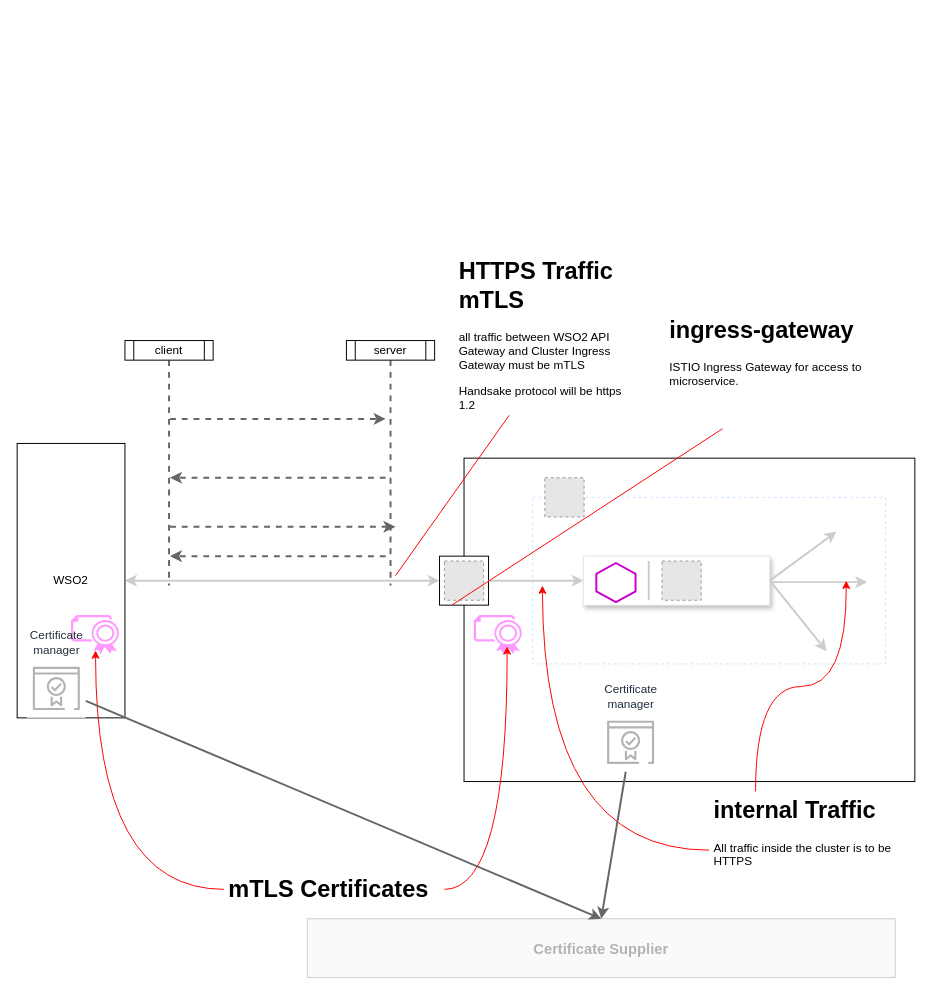
Before: mtls-gatewaytocluster.drawio in ourjamie/diagraming, a draw.io diagram. Source tidied: cells renumbered, new cells numbered last; positions are measured from the earlier drawing's top-left corner, leaving out a move shared by most shapes. Both pictures are drawn from the tidied source at 98%, with x=0, y=0 at pixel (17, 252). Pictures stored in the file or linked from it are replaced by grey dashed boxes.
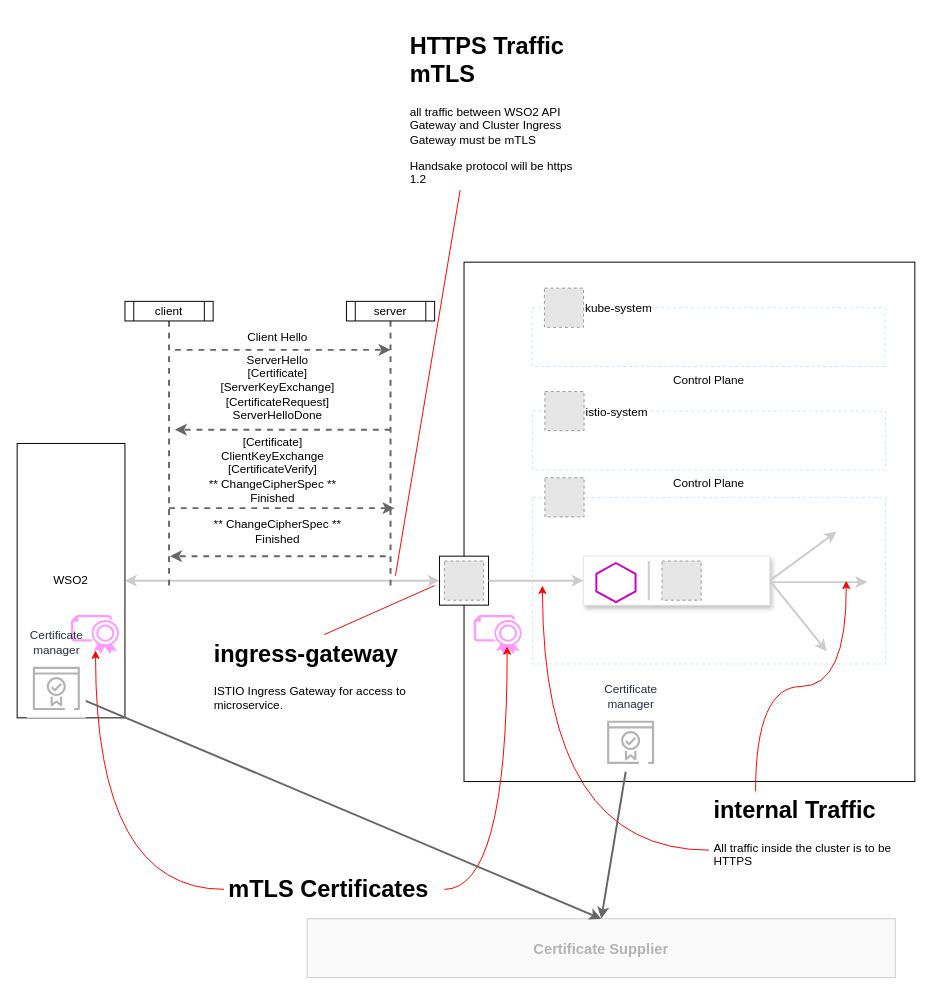
After the change.

Unchanged cells that the change refers to:
```xml
<mxCell id="6" style="whiteSpace=wrap;html=1;" parent="1" vertex="1">
  <mxGeometry x="431" y="310" width="50" height="50" as="geometry" />
</mxCell>
```

Change to the diagram source:
```diff
@@
     <mxCell id="4" style="rounded=0;whiteSpace=wrap;html=1;" parent="1" vertex="1">
-      <mxGeometry x="456" y="210" width="460" height="330" as="geometry" />
+      <mxGeometry x="456" y="10" width="460" height="530" as="geometry" />
     </mxCell>
@@
     <mxCell id="8" value="&lt;h1&gt;ingress-gateway&lt;/h1&gt;&lt;p&gt;ISTIO Ingress Gateway for access to microservice.&lt;/p&gt;" style="text;html=1;strokeColor=none;fillColor=none;spacing=5;spacingTop=-20;whiteSpace=wrap;overflow=hidden;rounded=0;" parent="1" vertex="1">
-      <mxGeometry x="661" y="60" width="235" height="120" as="geometry" />
+      <mxGeometry x="196" y="390" width="235" height="120" as="geometry" />
     </mxCell>
@@
-    <mxCell id="17" style="endArrow=none;html=1;strokeColor=#FF0000;strokeWidth=1;entryX=0.25;entryY=1;entryDx=0;entryDy=0;exitX=0.25;exitY=1;exitDx=0;exitDy=0;" parent="1" edge="1" source="8" target="6">
-      <mxGeometry relative="1" as="geometry" />
+    <mxCell id="17" style="endArrow=none;html=1;strokeColor=#FF0000;strokeWidth=1;exitX=0.5;exitY=0;exitDx=0;exitDy=0;" parent="1" edge="1" source="8">
+      <mxGeometry relative="1" as="geometry">
+        <mxPoint x="426" y="340" as="targetPoint" />
+      </mxGeometry>
     </mxCell>
     <mxCell id="18" value="&lt;h1&gt;HTTPS Traffic mTLS&lt;/h1&gt;&lt;p&gt;all traffic between WSO2 API Gateway and Cluster Ingress Gateway must be mTLS&lt;/p&gt;&lt;p&gt;Handsake protocol will be https 1.2&lt;/p&gt;" style="text;html=1;strokeColor=none;fillColor=none;spacing=5;spacingTop=-20;whiteSpace=wrap;overflow=hidden;rounded=0;shadow=0;" parent="1" vertex="1">
-      <mxGeometry x="446" width="190" height="165" as="geometry" />
+      <mxGeometry x="396" y="-230" width="190" height="165" as="geometry" />
     </mxCell>
@@
     <mxCell id="36" value="client" style="shape=process;whiteSpace=wrap;html=1;backgroundOutline=1;shadow=0;strokeWidth=1;" parent="1" vertex="1">
-      <mxGeometry x="110" y="90" width="90" height="20" as="geometry" />
+      <mxGeometry x="110" y="50" width="90" height="20" as="geometry" />
     </mxCell>
@@
     <mxCell id="38" value="server" style="shape=process;whiteSpace=wrap;html=1;backgroundOutline=1;shadow=0;strokeWidth=1;" parent="1" vertex="1">
-      <mxGeometry x="336" y="90" width="90" height="20" as="geometry" />
+      <mxGeometry x="336" y="50" width="90" height="20" as="geometry" />
     </mxCell>
     <mxCell id="39" style="endArrow=classic;html=1;dashed=1;strokeColor=#666666;strokeWidth=2;" parent="1" edge="1">
       <mxGeometry relative="1" as="geometry">
-        <mxPoint x="156" y="170" as="sourcePoint" />
-        <mxPoint x="376" y="170" as="targetPoint" />
+        <mxPoint x="161" y="99.5" as="sourcePoint" />
+        <mxPoint x="381" y="99.5" as="targetPoint" />
       </mxGeometry>
     </mxCell>
     <mxCell id="40" style="endArrow=classic;html=1;dashed=1;strokeColor=#666666;strokeWidth=2;" parent="1" edge="1">
       <mxGeometry relative="1" as="geometry">
-        <mxPoint x="376" y="230" as="sourcePoint" />
-        <mxPoint x="156" y="230" as="targetPoint" />
+        <mxPoint x="381" y="181" as="sourcePoint" />
+        <mxPoint x="161" y="181" as="targetPoint" />
       </mxGeometry>
     </mxCell>
     <mxCell id="41" style="endArrow=classic;html=1;dashed=1;strokeColor=#666666;strokeWidth=2;" parent="1" edge="1">
       <mxGeometry relative="1" as="geometry">
-        <mxPoint x="156" y="280" as="sourcePoint" />
-        <mxPoint x="386" y="280" as="targetPoint" />
+        <mxPoint x="155" y="261" as="sourcePoint" />
+        <mxPoint x="385" y="261" as="targetPoint" />
       </mxGeometry>
     </mxCell>
@@
+    <mxCell id="43" value="Client Hello" style="text;html=1;strokeColor=none;fillColor=none;align=center;verticalAlign=middle;whiteSpace=wrap;rounded=0;shadow=0;" parent="1" vertex="1">
+      <mxGeometry x="221" y="76.5" width="90" height="20" as="geometry" />
+    </mxCell>
+    <mxCell id="44" value="&lt;div&gt;ServerHello&lt;/div&gt;&lt;div&gt;[Certificate]&lt;/div&gt;&lt;div&gt;[ServerKeyExchange]&lt;/div&gt;&lt;div&gt;[CertificateRequest]&lt;/div&gt;&lt;div&gt;ServerHelloDone&lt;/div&gt;" style="text;html=1;strokeColor=none;fillColor=none;align=center;verticalAlign=middle;whiteSpace=wrap;rounded=0;shadow=0;" parent="1" vertex="1">
+      <mxGeometry x="191" y="120" width="150" height="35" as="geometry" />
+    </mxCell>
+    <mxCell id="45" style="edgeStyle=orthogonalEdgeStyle;rounded=0;orthogonalLoop=1;jettySize=auto;html=1;exitX=0.5;exitY=1;exitDx=0;exitDy=0;dashed=1;startArrow=none;startFill=0;endArrow=none;endFill=0;strokeColor=#666666;strokeWidth=2;" parent="1" edge="1" source="44" target="44">
+      <mxGeometry relative="1" as="geometry" />
+    </mxCell>
+    <mxCell id="46" value="&lt;div&gt;[Certificate]&lt;/div&gt;&lt;div&gt;ClientKeyExchange&lt;/div&gt;&lt;div&gt;[CertificateVerify]&lt;/div&gt;&lt;div&gt;** ChangeCipherSpec **&lt;/div&gt;&lt;div&gt;Finished&lt;/div&gt;" style="text;html=1;strokeColor=none;fillColor=none;align=center;verticalAlign=middle;whiteSpace=wrap;rounded=0;shadow=0;" parent="1" vertex="1">
+      <mxGeometry x="186" y="212" width="150" height="20" as="geometry" />
+    </mxCell>
+    <mxCell id="47" value="&lt;div&gt;** ChangeCipherSpec **&lt;/div&gt;&lt;div&gt;Finished&lt;/div&gt;" style="text;html=1;strokeColor=none;fillColor=none;align=center;verticalAlign=middle;whiteSpace=wrap;rounded=0;shadow=0;" parent="1" vertex="1">
+      <mxGeometry x="186" y="275" width="160" height="20" as="geometry" />
+    </mxCell>
+    <mxCell id="48" style="group;" parent="1" vertex="1">
+      <mxGeometry x="526" y="142" width="360" height="80" as="geometry" />
+    </mxCell>
+    <mxCell id="49" value="Control Plane" style="rounded=0;whiteSpace=wrap;html=1;dashed=1;strokeColor=#CCE5FF;labelPosition=center;verticalLabelPosition=bottom;align=center;verticalAlign=top;" parent="48" vertex="1">
+      <mxGeometry y="20" width="360" height="60" as="geometry" />
+    </mxCell>
+    <mxCell id="50" value="istio-system" style="fillColor=#E6E6E6;strokeColor=#999999;dashed=1;verticalLabelPosition=middle;verticalAlign=middle;labelPosition=right;align=left;" parent="48" vertex="1">
+      <mxGeometry x="12.5" width="40" height="40" as="geometry" />
+    </mxCell>
+    <mxCell id="51" style="group;" parent="1" vertex="1">
+      <mxGeometry x="525.5" y="36.5" width="360" height="80" as="geometry" />
+    </mxCell>
+    <mxCell id="52" value="Control Plane" style="rounded=0;whiteSpace=wrap;html=1;dashed=1;strokeColor=#CCE5FF;labelPosition=center;verticalLabelPosition=bottom;align=center;verticalAlign=top;" parent="51" vertex="1">
+      <mxGeometry y="20" width="360" height="60" as="geometry" />
+    </mxCell>
+    <mxCell id="53" value="kube-system" style="fillColor=#E6E6E6;strokeColor=#999999;dashed=1;verticalLabelPosition=middle;verticalAlign=middle;labelPosition=right;align=left;" parent="51" vertex="1">
+      <mxGeometry x="12.5" width="40" height="40" as="geometry" />
+    </mxCell>
```
